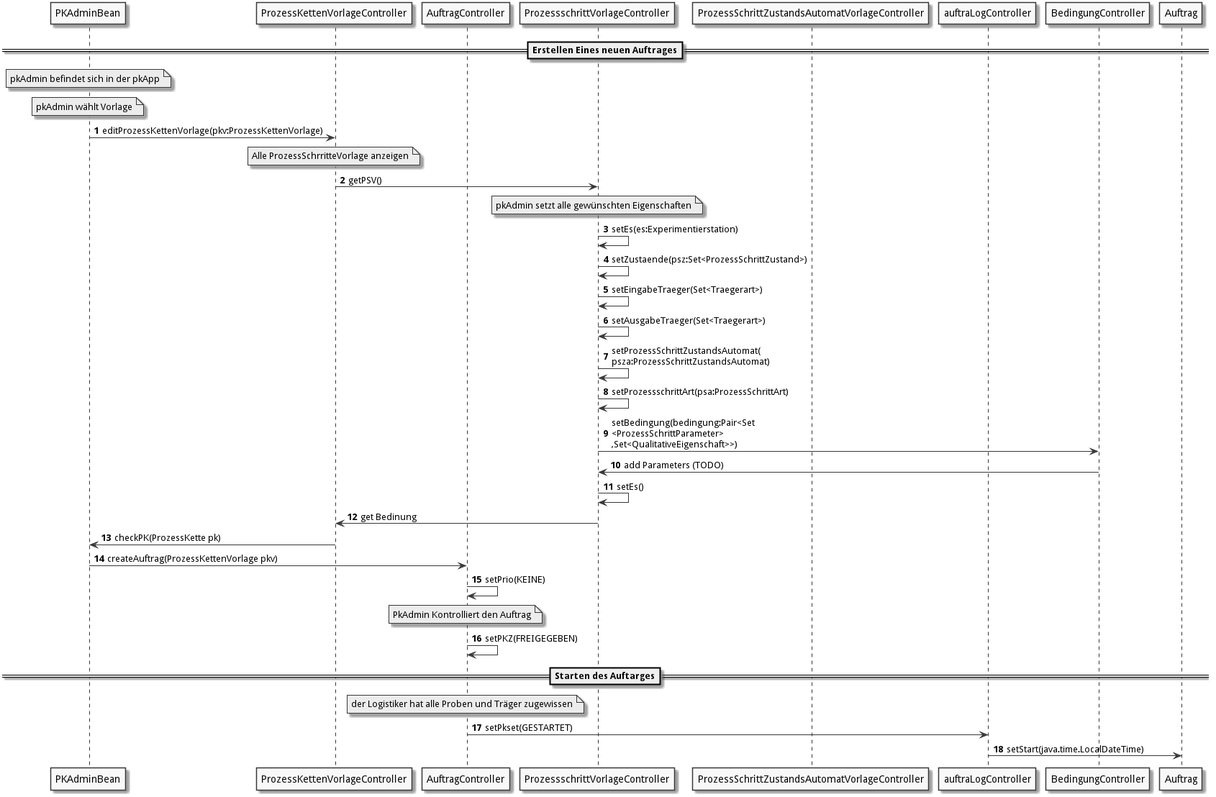
Earlier version of the PlantUML export doc/UML/aw/pkErstellen.png (fkehlenb/softwareprojekt-2).
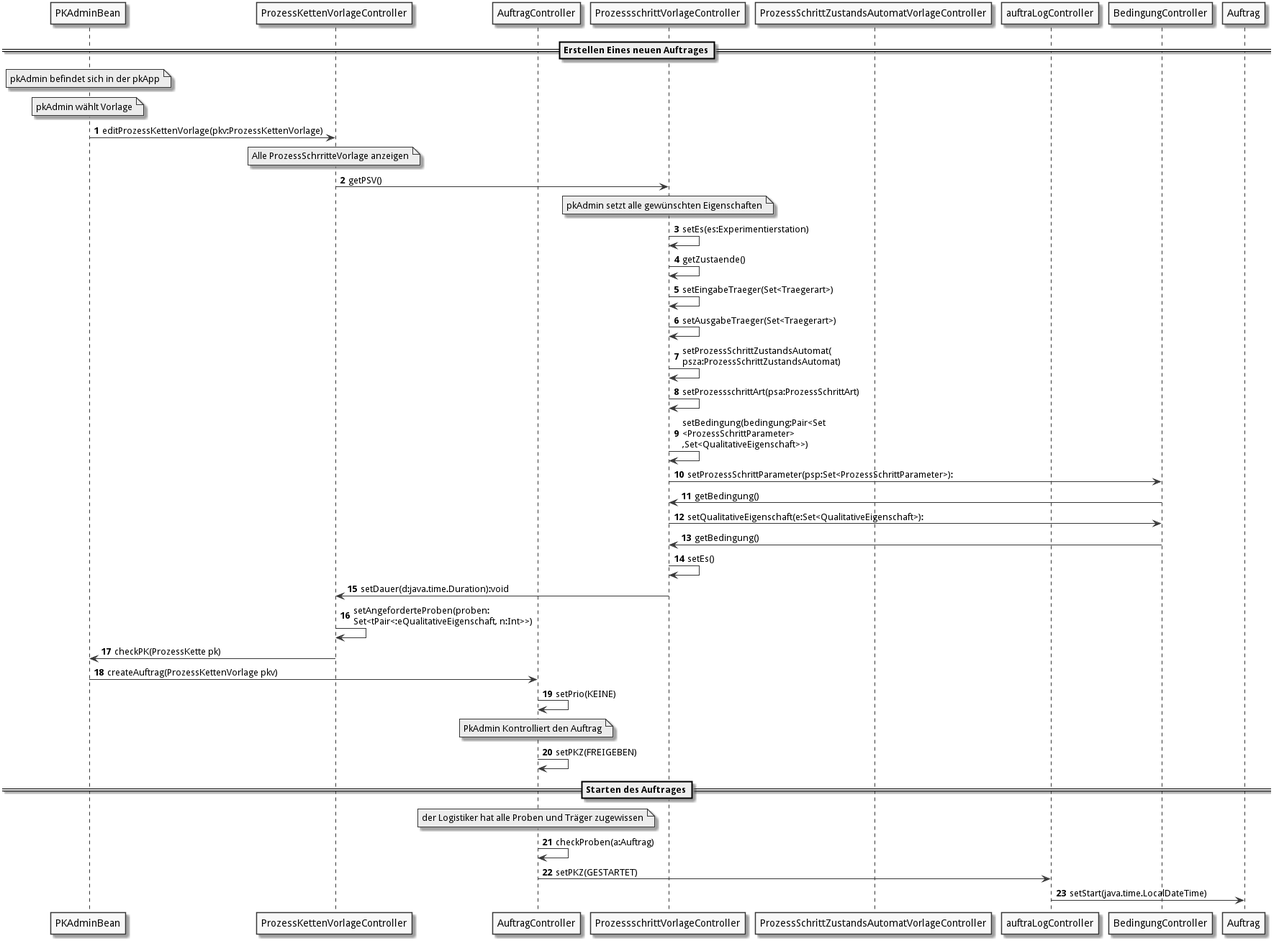
The same diagram one commit later.

What changed in the source:
```diff
@@ -19,23 +19,28 @@
 pkv -> psv : getPSV()
 note over psv : pkAdmin setzt alle gewünschten Eigenschaften
 psv -> psv : setEs(es:Experimentierstation)
-psv -> psv : setZustaende(psz:Set<ProzessSchrittZustand>)
+psv -> psv : getZustaende()
 psv -> psv :  setEingabeTraeger(Set<Traegerart>)
 psv -> psv : setAusgabeTraeger(Set<Traegerart>)
 psv -> psv : setProzessSchrittZustandsAutomat(\npsza:ProzessSchrittZustandsAutomat)
 psv -> psv :  setProzessschrittArt(psa:ProzessSchrittArt)
-psv -> b :   setBedingung(bedingung:Pair<Set\n<ProzessSchrittParameter>\n,Set<QualitativeEigenschaft>>)
-b -> psv : add Parameters (TODO)
+psv -> psv :   setBedingung(bedingung:Pair<Set\n<ProzessSchrittParameter>\n,Set<QualitativeEigenschaft>>)
+psv -> b :  setProzessSchrittParameter(psp:Set<ProzessSchrittParameter>):
+psv <- b : getBedingung()
+psv -> b: setQualitativeEigenschaft(e:Set<QualitativeEigenschaft>):
+psv <- b: getBedingung()
 psv -> psv : setEs()
-psv -> pkv : get Bedinung
+psv -> pkv : setDauer(d:java.time.Duration):void
+pkv -> pkv: setAngeforderteProben(proben:\nSet<tPair<:eQualitativeEigenschaft, n:Int>>)
 pkv -> pkaB : checkPK(ProzessKette pk)
 pkaB -> auftrag : createAuftrag(ProzessKettenVorlage pkv)
 auftrag -> auftrag : setPrio(KEINE)
 note over auftrag : PkAdmin Kontrolliert den Auftrag
-auftrag -> auftrag : setPKZ(FREIGEGEBEN)
-==Starten des Auftarges==
+auftrag -> auftrag : setPKZ(FREIGEBEN)
+==Starten des Auftrages==
 note over auftrag : der Logistiker hat alle Proben und Träger zugewissen
-auftrag -> aLog : setPkset(GESTARTET)
+auftrag -> auftrag: checkProben(a:Auftrag)
+auftrag -> aLog : setPKZ(GESTARTET)
 aLog -> Auftrag : setStart(java.time.LocalDateTime)
 
 
```
